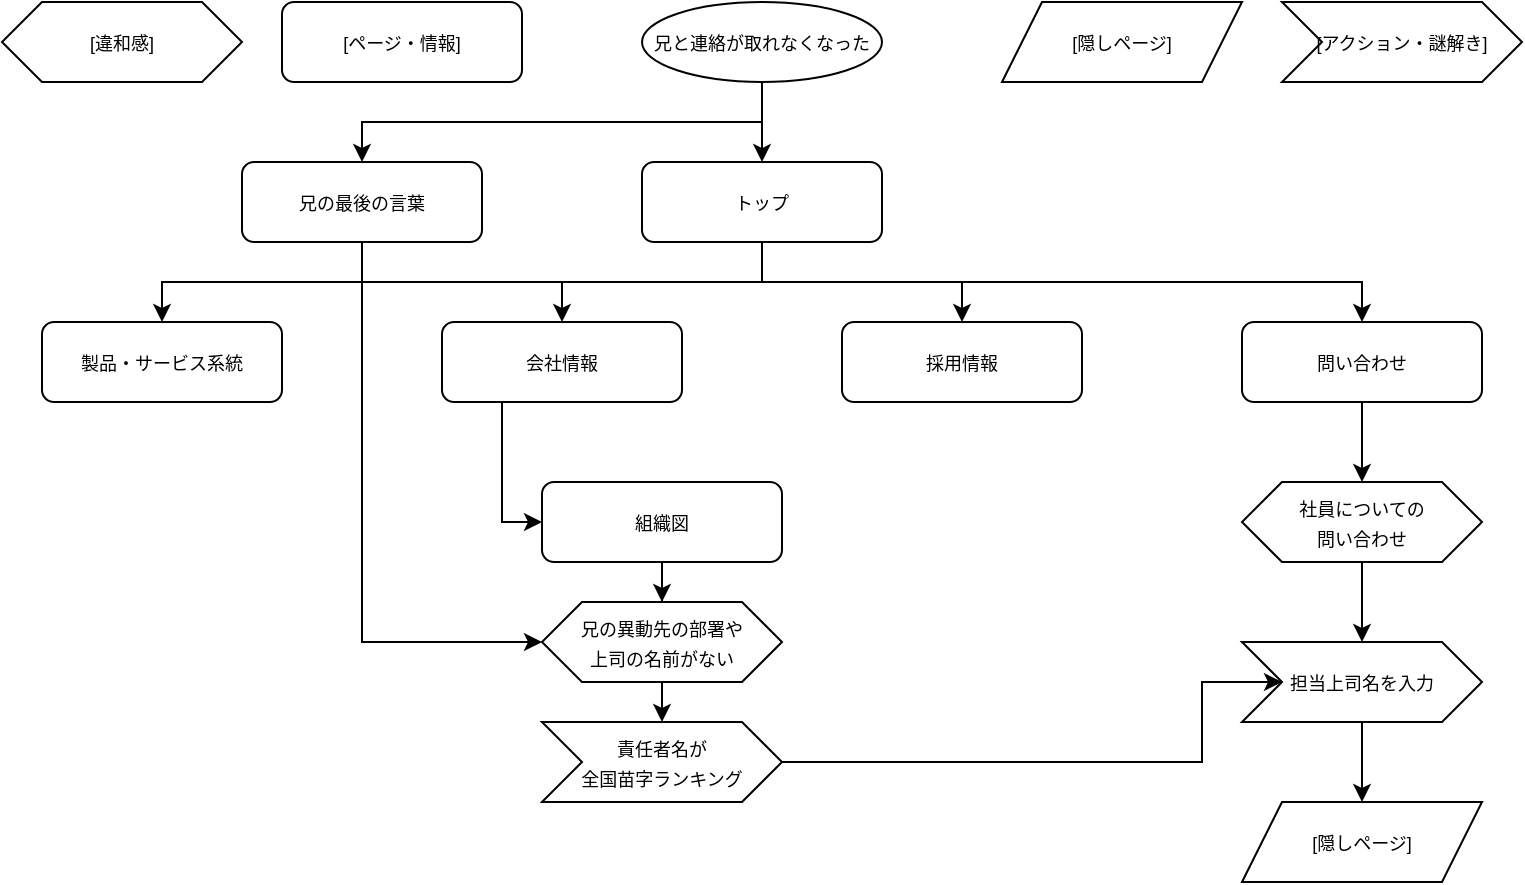
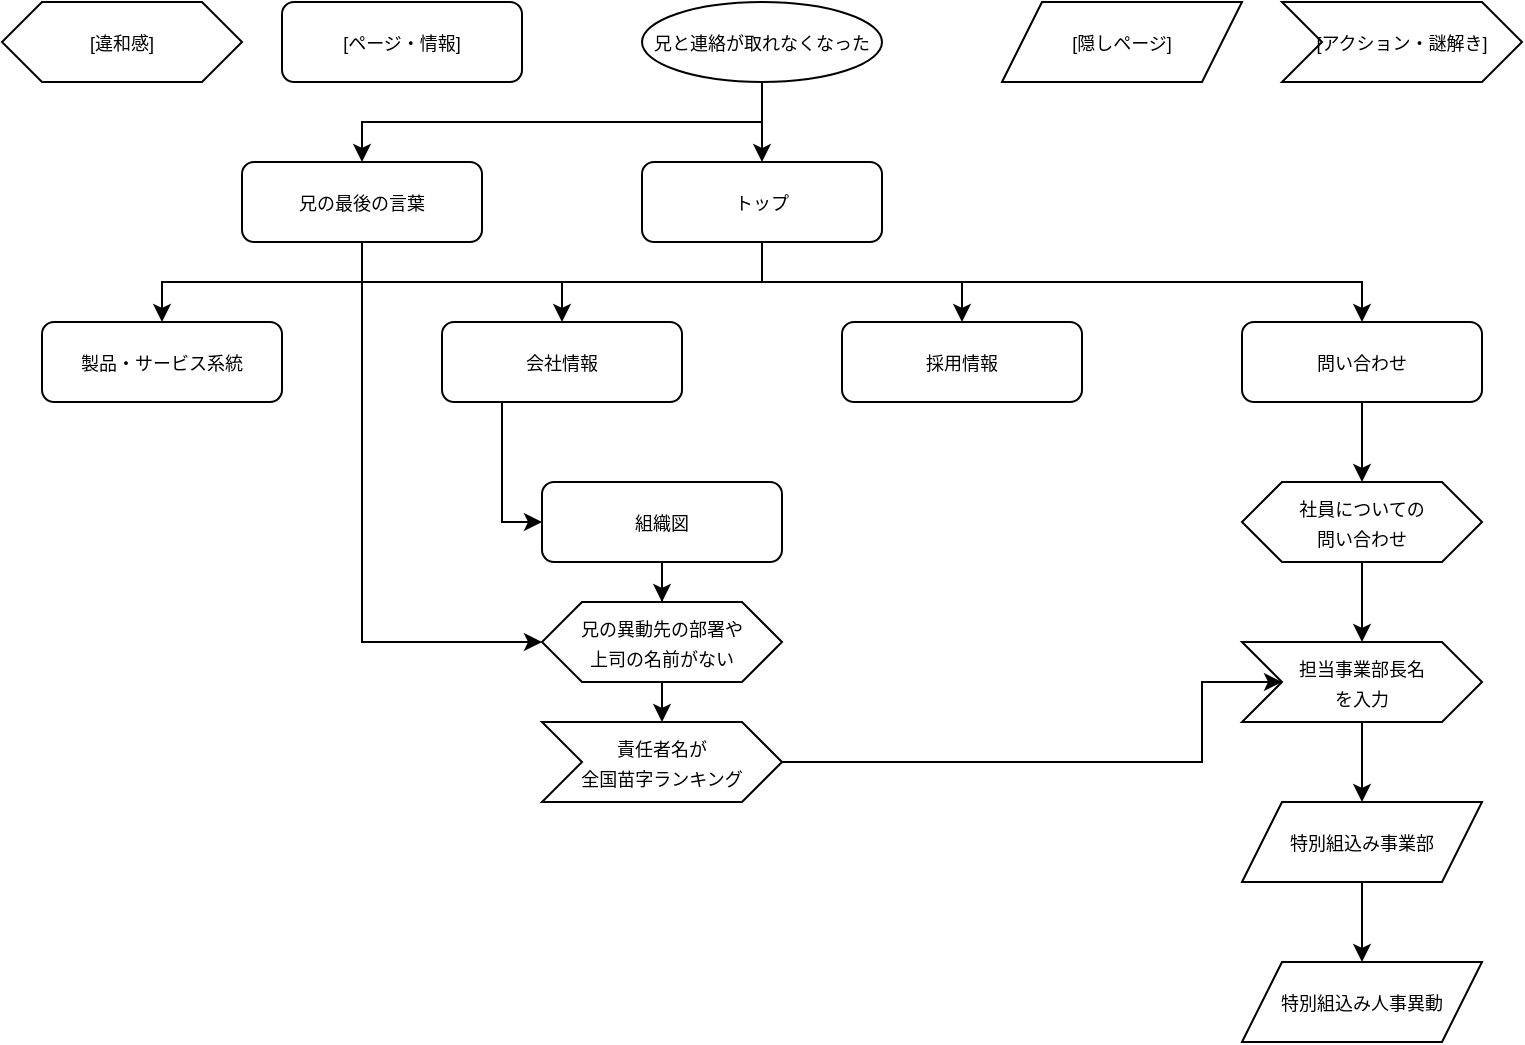
<mxfile host="app.diagrams.net">
  <diagram name="ページ-1" id="SspNnKsi7fuRaBvJYO7E">
    <mxGraphModel dx="1030" dy="658" grid="1" gridSize="10" guides="1" tooltips="1" connect="1" arrows="1" fold="1" page="1" pageScale="1" pageWidth="800" pageHeight="1169" math="0" shadow="0">
      <root>
        <mxCell id="0" />
        <mxCell id="1" parent="0" />
        <mxCell id="Oz_Tc0_ftmsHe5I9UQDS-19" edge="1" parent="1" source="Oz_Tc0_ftmsHe5I9UQDS-2" style="edgeStyle=orthogonalEdgeStyle;rounded=0;orthogonalLoop=1;jettySize=auto;html=1;exitX=0.5;exitY=1;exitDx=0;exitDy=0;" target="Oz_Tc0_ftmsHe5I9UQDS-18">
          <mxGeometry relative="1" as="geometry" />
        </mxCell>
        <mxCell id="Oz_Tc0_ftmsHe5I9UQDS-51" edge="1" parent="1" source="Oz_Tc0_ftmsHe5I9UQDS-2" style="edgeStyle=orthogonalEdgeStyle;rounded=0;orthogonalLoop=1;jettySize=auto;html=1;exitX=0.5;exitY=1;exitDx=0;exitDy=0;entryX=0.5;entryY=0;entryDx=0;entryDy=0;" target="Oz_Tc0_ftmsHe5I9UQDS-55">
          <mxGeometry relative="1" as="geometry">
            <mxPoint x="260" y="120" as="targetPoint" />
          </mxGeometry>
        </mxCell>
        <mxCell id="Oz_Tc0_ftmsHe5I9UQDS-2" parent="1" style="ellipse;whiteSpace=wrap;html=1;" value="&lt;font style=&quot;font-size: 9px;&quot;&gt;兄と連絡が取れなくなった&lt;/font&gt;" vertex="1">
          <mxGeometry height="40" width="120" x="340" y="40" as="geometry" />
        </mxCell>
        <mxCell id="Oz_Tc0_ftmsHe5I9UQDS-24" edge="1" parent="1" source="Oz_Tc0_ftmsHe5I9UQDS-18" style="edgeStyle=orthogonalEdgeStyle;rounded=0;orthogonalLoop=1;jettySize=auto;html=1;exitX=0.5;exitY=1;exitDx=0;exitDy=0;entryX=0.5;entryY=0;entryDx=0;entryDy=0;" target="Oz_Tc0_ftmsHe5I9UQDS-23">
          <mxGeometry relative="1" as="geometry" />
        </mxCell>
        <mxCell id="Oz_Tc0_ftmsHe5I9UQDS-44" edge="1" parent="1" source="Oz_Tc0_ftmsHe5I9UQDS-18" style="edgeStyle=orthogonalEdgeStyle;rounded=0;orthogonalLoop=1;jettySize=auto;html=1;exitX=0.5;exitY=1;exitDx=0;exitDy=0;entryX=0.5;entryY=0;entryDx=0;entryDy=0;" target="Oz_Tc0_ftmsHe5I9UQDS-41">
          <mxGeometry relative="1" as="geometry" />
        </mxCell>
        <mxCell id="Oz_Tc0_ftmsHe5I9UQDS-45" edge="1" parent="1" source="Oz_Tc0_ftmsHe5I9UQDS-18" style="edgeStyle=orthogonalEdgeStyle;rounded=0;orthogonalLoop=1;jettySize=auto;html=1;exitX=0.5;exitY=1;exitDx=0;exitDy=0;entryX=0.5;entryY=0;entryDx=0;entryDy=0;" target="Oz_Tc0_ftmsHe5I9UQDS-42">
          <mxGeometry relative="1" as="geometry" />
        </mxCell>
        <mxCell id="Oz_Tc0_ftmsHe5I9UQDS-46" edge="1" parent="1" source="Oz_Tc0_ftmsHe5I9UQDS-18" style="edgeStyle=orthogonalEdgeStyle;rounded=0;orthogonalLoop=1;jettySize=auto;html=1;exitX=0.5;exitY=1;exitDx=0;exitDy=0;" target="Oz_Tc0_ftmsHe5I9UQDS-43">
          <mxGeometry relative="1" as="geometry" />
        </mxCell>
        <mxCell id="Oz_Tc0_ftmsHe5I9UQDS-18" parent="1" style="rounded=1;whiteSpace=wrap;html=1;" value="&lt;font style=&quot;font-size: 9px;&quot;&gt;トップ&lt;/font&gt;" vertex="1">
          <mxGeometry height="40" width="120" x="340" y="120" as="geometry" />
        </mxCell>
        <mxCell id="Oz_Tc0_ftmsHe5I9UQDS-37" edge="1" parent="1" source="Oz_Tc0_ftmsHe5I9UQDS-20" style="edgeStyle=orthogonalEdgeStyle;rounded=0;orthogonalLoop=1;jettySize=auto;html=1;exitX=0.5;exitY=1;exitDx=0;exitDy=0;entryX=0.5;entryY=0;entryDx=0;entryDy=0;" target="Oz_Tc0_ftmsHe5I9UQDS-35">
          <mxGeometry relative="1" as="geometry" />
        </mxCell>
        <mxCell id="Oz_Tc0_ftmsHe5I9UQDS-20" parent="1" style="shape=hexagon;perimeter=hexagonPerimeter2;whiteSpace=wrap;html=1;fixedSize=1;" value="&lt;font style=&quot;font-size: 9px;&quot;&gt;社員についての&lt;br&gt;問い合わせ&lt;/font&gt;" vertex="1">
          <mxGeometry height="40" width="120" x="640" y="280" as="geometry" />
        </mxCell>
        <mxCell id="Oz_Tc0_ftmsHe5I9UQDS-25" edge="1" parent="1" source="Oz_Tc0_ftmsHe5I9UQDS-23" style="edgeStyle=orthogonalEdgeStyle;rounded=0;orthogonalLoop=1;jettySize=auto;html=1;exitX=0.5;exitY=1;exitDx=0;exitDy=0;entryX=0.5;entryY=0;entryDx=0;entryDy=0;" target="Oz_Tc0_ftmsHe5I9UQDS-20">
          <mxGeometry relative="1" as="geometry" />
        </mxCell>
        <mxCell id="Oz_Tc0_ftmsHe5I9UQDS-23" parent="1" style="rounded=1;whiteSpace=wrap;html=1;" value="&lt;font style=&quot;font-size: 9px;&quot;&gt;問い合わせ&lt;/font&gt;" vertex="1">
          <mxGeometry height="40" width="120" x="640" y="200" as="geometry" />
        </mxCell>
        <mxCell id="Oz_Tc0_ftmsHe5I9UQDS-27" parent="1" style="rounded=1;whiteSpace=wrap;html=1;" value="&lt;font style=&quot;font-size: 9px;&quot;&gt;[ページ・情報]&lt;/font&gt;" vertex="1">
          <mxGeometry height="40" width="120" x="160" y="40" as="geometry" />
        </mxCell>
        <mxCell id="Oz_Tc0_ftmsHe5I9UQDS-29" parent="1" style="shape=hexagon;perimeter=hexagonPerimeter2;whiteSpace=wrap;html=1;fixedSize=1;" value="&lt;font style=&quot;font-size: 9px;&quot;&gt;[違和感]&lt;/font&gt;" vertex="1">
          <mxGeometry height="40" width="120" x="20" y="40" as="geometry" />
        </mxCell>
        <mxCell id="Oz_Tc0_ftmsHe5I9UQDS-31" parent="1" style="shape=parallelogram;perimeter=parallelogramPerimeter;whiteSpace=wrap;html=1;fixedSize=1;" value="&lt;font style=&quot;font-size: 9px;&quot;&gt;[隠しページ]&lt;/font&gt;" vertex="1">
          <mxGeometry height="40" width="120" x="520" y="40" as="geometry" />
        </mxCell>
        <mxCell id="Oz_Tc0_ftmsHe5I9UQDS-34" parent="1" style="shape=step;perimeter=stepPerimeter;whiteSpace=wrap;html=1;fixedSize=1;" value="&lt;font style=&quot;font-size: 9px;&quot;&gt;[アクション・謎解き]&lt;/font&gt;" vertex="1">
          <mxGeometry height="40" width="120" x="660" y="40" as="geometry" />
        </mxCell>
        <mxCell id="Oz_Tc0_ftmsHe5I9UQDS-39" edge="1" parent="1" source="Oz_Tc0_ftmsHe5I9UQDS-35" style="edgeStyle=orthogonalEdgeStyle;rounded=0;orthogonalLoop=1;jettySize=auto;html=1;exitX=0.5;exitY=1;exitDx=0;exitDy=0;entryX=0.5;entryY=0;entryDx=0;entryDy=0;" target="Oz_Tc0_ftmsHe5I9UQDS-38">
          <mxGeometry relative="1" as="geometry" />
        </mxCell>
-         <mxCell id="Oz_Tc0_ftmsHe5I9UQDS-35" parent="1" style="shape=step;perimeter=stepPerimeter;whiteSpace=wrap;html=1;fixedSize=1;" value="&lt;font style=&quot;font-size: 9px;&quot;&gt;担当上司名を入力&lt;/font&gt;" vertex="1">
+         <mxCell id="Oz_Tc0_ftmsHe5I9UQDS-35" parent="1" style="shape=step;perimeter=stepPerimeter;whiteSpace=wrap;html=1;fixedSize=1;" value="&lt;font style=&quot;font-size: 9px;&quot;&gt;担当事業部長名&lt;/font&gt;&lt;div&gt;&lt;span style=&quot;font-size: 9px; background-color: transparent; color: light-dark(rgb(0, 0, 0), rgb(255, 255, 255));&quot;&gt;を入力&lt;/span&gt;&lt;/div&gt;" vertex="1">
          <mxGeometry height="40" width="120" x="640" y="360" as="geometry" />
        </mxCell>
-         <mxCell id="Oz_Tc0_ftmsHe5I9UQDS-38" parent="1" style="shape=parallelogram;perimeter=parallelogramPerimeter;whiteSpace=wrap;html=1;fixedSize=1;" value="&lt;font style=&quot;font-size: 9px;&quot;&gt;[隠しページ]&lt;/font&gt;" vertex="1">
+         <mxCell id="Oz_Tc0_ftmsHe5I9UQDS-68" edge="1" parent="1" source="Oz_Tc0_ftmsHe5I9UQDS-38" style="edgeStyle=orthogonalEdgeStyle;rounded=0;orthogonalLoop=1;jettySize=auto;html=1;exitX=0.5;exitY=1;exitDx=0;exitDy=0;entryX=0.5;entryY=0;entryDx=0;entryDy=0;" target="Oz_Tc0_ftmsHe5I9UQDS-67">
+           <mxGeometry relative="1" as="geometry" />
+         </mxCell>
+         <mxCell id="Oz_Tc0_ftmsHe5I9UQDS-38" parent="1" style="shape=parallelogram;perimeter=parallelogramPerimeter;whiteSpace=wrap;html=1;fixedSize=1;" value="&lt;font style=&quot;font-size: 9px;&quot;&gt;特別組込み事業部&lt;/font&gt;" vertex="1">
          <mxGeometry height="40" width="120" x="640" y="440" as="geometry" />
        </mxCell>
        <mxCell id="Oz_Tc0_ftmsHe5I9UQDS-41" parent="1" style="rounded=1;whiteSpace=wrap;html=1;" value="&lt;font style=&quot;font-size: 9px;&quot;&gt;採用情報&lt;/font&gt;" vertex="1">
          <mxGeometry height="40" width="120" x="440" y="200" as="geometry" />
        </mxCell>
        <mxCell id="Oz_Tc0_ftmsHe5I9UQDS-48" edge="1" parent="1" source="Oz_Tc0_ftmsHe5I9UQDS-42" style="edgeStyle=orthogonalEdgeStyle;rounded=0;orthogonalLoop=1;jettySize=auto;html=1;exitX=0.25;exitY=1;exitDx=0;exitDy=0;entryX=0;entryY=0.5;entryDx=0;entryDy=0;" target="Oz_Tc0_ftmsHe5I9UQDS-47">
          <mxGeometry relative="1" as="geometry" />
        </mxCell>
        <mxCell id="Oz_Tc0_ftmsHe5I9UQDS-42" parent="1" style="rounded=1;whiteSpace=wrap;html=1;" value="&lt;font style=&quot;font-size: 9px;&quot;&gt;会社情報&lt;/font&gt;" vertex="1">
          <mxGeometry height="40" width="120" x="240" y="200" as="geometry" />
        </mxCell>
        <mxCell id="Oz_Tc0_ftmsHe5I9UQDS-43" parent="1" style="rounded=1;whiteSpace=wrap;html=1;" value="&lt;font style=&quot;font-size: 9px;&quot;&gt;製品・サービス系統&lt;/font&gt;" vertex="1">
          <mxGeometry height="40" width="120" x="40" y="200" as="geometry" />
        </mxCell>
        <mxCell id="Oz_Tc0_ftmsHe5I9UQDS-62" edge="1" parent="1" source="Oz_Tc0_ftmsHe5I9UQDS-47" style="edgeStyle=orthogonalEdgeStyle;rounded=0;orthogonalLoop=1;jettySize=auto;html=1;exitX=0.5;exitY=1;exitDx=0;exitDy=0;" target="Oz_Tc0_ftmsHe5I9UQDS-49">
          <mxGeometry relative="1" as="geometry" />
        </mxCell>
        <mxCell id="Oz_Tc0_ftmsHe5I9UQDS-47" parent="1" style="rounded=1;whiteSpace=wrap;html=1;" value="&lt;font style=&quot;font-size: 9px;&quot;&gt;組織図&lt;/font&gt;" vertex="1">
          <mxGeometry height="40" width="120" x="290" y="280" as="geometry" />
        </mxCell>
        <mxCell id="Oz_Tc0_ftmsHe5I9UQDS-64" edge="1" parent="1" source="Oz_Tc0_ftmsHe5I9UQDS-49" style="edgeStyle=orthogonalEdgeStyle;rounded=0;orthogonalLoop=1;jettySize=auto;html=1;exitX=0.5;exitY=1;exitDx=0;exitDy=0;entryX=0.5;entryY=0;entryDx=0;entryDy=0;" target="Oz_Tc0_ftmsHe5I9UQDS-63">
          <mxGeometry relative="1" as="geometry" />
        </mxCell>
        <mxCell id="Oz_Tc0_ftmsHe5I9UQDS-49" parent="1" style="shape=hexagon;perimeter=hexagonPerimeter2;whiteSpace=wrap;html=1;fixedSize=1;" value="&lt;font style=&quot;font-size: 9px;&quot;&gt;兄の異動先の&lt;/font&gt;&lt;font style=&quot;background-color: transparent; color: light-dark(rgb(0, 0, 0), rgb(255, 255, 255)); font-size: 9px;&quot;&gt;部署や&lt;/font&gt;&lt;div&gt;&lt;font style=&quot;background-color: transparent; color: light-dark(rgb(0, 0, 0), rgb(255, 255, 255)); font-size: 9px;&quot;&gt;上司の&lt;/font&gt;&lt;span style=&quot;background-color: transparent; color: light-dark(rgb(0, 0, 0), rgb(255, 255, 255)); font-size: 9px;&quot;&gt;名前がない&lt;/span&gt;&lt;/div&gt;" vertex="1">
          <mxGeometry height="40" width="120" x="290" y="340" as="geometry" />
        </mxCell>
        <mxCell id="Oz_Tc0_ftmsHe5I9UQDS-57" edge="1" parent="1" source="Oz_Tc0_ftmsHe5I9UQDS-55" style="edgeStyle=orthogonalEdgeStyle;rounded=0;orthogonalLoop=1;jettySize=auto;html=1;exitX=0.5;exitY=1;exitDx=0;exitDy=0;entryX=0;entryY=0.5;entryDx=0;entryDy=0;" target="Oz_Tc0_ftmsHe5I9UQDS-49">
          <mxGeometry relative="1" as="geometry" />
        </mxCell>
        <mxCell id="Oz_Tc0_ftmsHe5I9UQDS-55" parent="1" style="rounded=1;whiteSpace=wrap;html=1;" value="&lt;font style=&quot;font-size: 9px;&quot;&gt;兄の最後の言葉&lt;/font&gt;" vertex="1">
          <mxGeometry height="40" width="120" x="140" y="120" as="geometry" />
        </mxCell>
        <mxCell id="Oz_Tc0_ftmsHe5I9UQDS-65" edge="1" parent="1" source="Oz_Tc0_ftmsHe5I9UQDS-63" style="edgeStyle=orthogonalEdgeStyle;rounded=0;orthogonalLoop=1;jettySize=auto;html=1;exitX=1;exitY=0.5;exitDx=0;exitDy=0;entryX=0;entryY=0.5;entryDx=0;entryDy=0;" target="Oz_Tc0_ftmsHe5I9UQDS-35">
          <mxGeometry relative="1" as="geometry">
            <Array as="points">
              <mxPoint x="620" y="420" />
              <mxPoint x="620" y="380" />
            </Array>
          </mxGeometry>
        </mxCell>
        <mxCell id="Oz_Tc0_ftmsHe5I9UQDS-63" parent="1" style="shape=step;perimeter=stepPerimeter;whiteSpace=wrap;html=1;fixedSize=1;" value="&lt;font style=&quot;font-size: 9px;&quot;&gt;責任者名が&lt;/font&gt;&lt;div&gt;&lt;font style=&quot;font-size: 9px;&quot;&gt;全国苗字ランキング&lt;/font&gt;&lt;/div&gt;" vertex="1">
          <mxGeometry height="40" width="120" x="290" y="400" as="geometry" />
        </mxCell>
+         <mxCell id="Oz_Tc0_ftmsHe5I9UQDS-67" parent="1" style="shape=parallelogram;perimeter=parallelogramPerimeter;whiteSpace=wrap;html=1;fixedSize=1;" value="&lt;font style=&quot;font-size: 9px;&quot;&gt;特別組込み人事異動&lt;/font&gt;" vertex="1">
+           <mxGeometry height="40" width="120" x="640" y="520" as="geometry" />
+         </mxCell>
      </root>
    </mxGraphModel>
  </diagram>
</mxfile>
